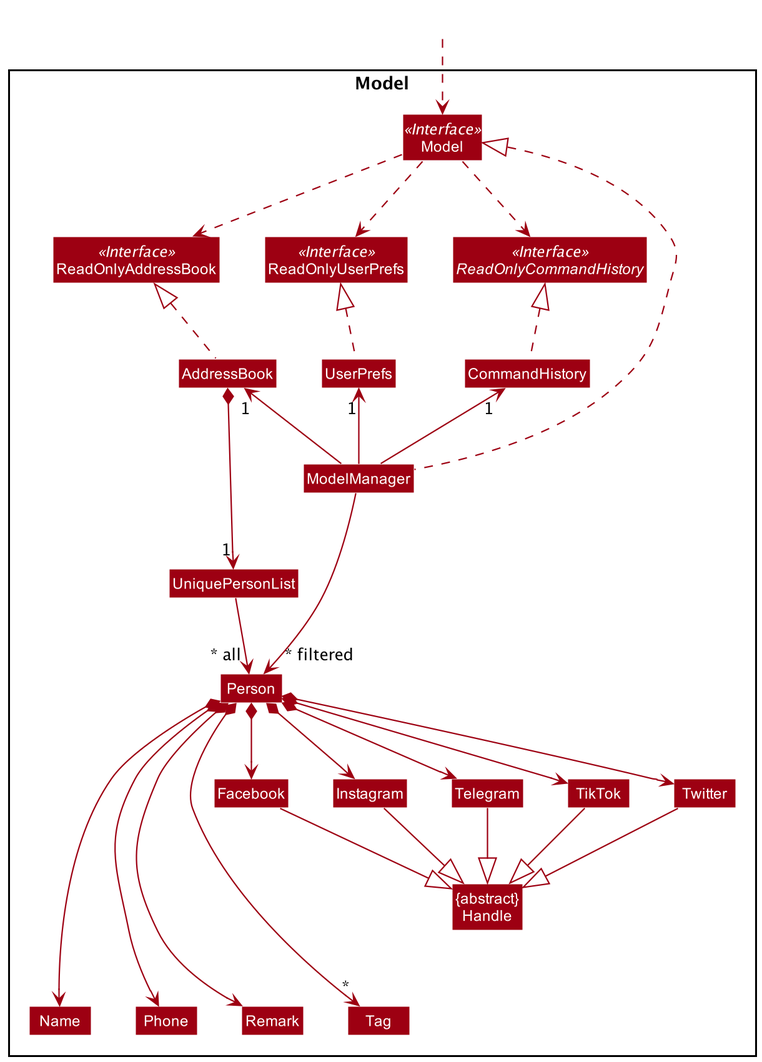
stanley-1/tp keeps this PlantUML diagram as docs/images/ModelClassDiagram.png. Above is the earlier version. The source it was exported from:
```plantuml
@startuml
!include style.puml
skinparam arrowThickness 1.1
skinparam arrowColor MODEL_COLOR
skinparam classBackgroundColor MODEL_COLOR

Package Model <<Rectangle>>{
Interface ReadOnlyAddressBook <<Interface>>
Interface ReadOnlyUserPrefs <<Interface>>
Interface ReadOnlyCommandHistory <<Interface>>
Interface Model <<Interface>>
Class AddressBook
Class ReadOnlyAddressBook
Class CommandHistory
Class Model
Class ModelManager
Class UserPrefs
Class ReadOnlyUserPrefs

Class "{abstract}\nHandle" as Handle
Class UniquePersonList
Class Person
Class Name
Class Phone
Class Remark
Class Tag
Class Facebook
Class Instagram
Class Telegram
Class TikTok
Class Twitter
}

Class HiddenOutside #FFFFFF
HiddenOutside ..> Model

Model .d.> ReadOnlyAddressBook
Model .d.> ReadOnlyUserPrefs
Model .d.> ReadOnlyCommandHistory
ReadOnlyAddressBook -[hidden]r> ReadOnlyUserPrefs
ReadOnlyUserPrefs -[hidden]r> ReadOnlyCommandHistory

AddressBook .u.|> ReadOnlyAddressBook
UserPrefs .u.|> ReadOnlyUserPrefs
CommandHistory .u.|> ReadOnlyCommandHistory

ModelManager -u-> "1" AddressBook
ModelManager -u-> "1" UserPrefs
ModelManager -u-> "1" CommandHistory

ModelManager ....u|> Model
ModelManager --->"~* filtered" Person

AddressBook *--> "1" UniquePersonList
UniquePersonList --r> "~* all" Person

Person *----> Name
Person *----> Phone
Person *----> "*" Tag
Person *----> Remark

Person *--> Facebook
Person *--> Instagram
Person *--> Telegram
Person *--> TikTok
Person *-->Twitter

Facebook -d-|> Handle
Instagram -d-|> Handle
Telegram -d-|> Handle
TikTok -d-|> Handle
Twitter -d-|> Handle

@enduml
```
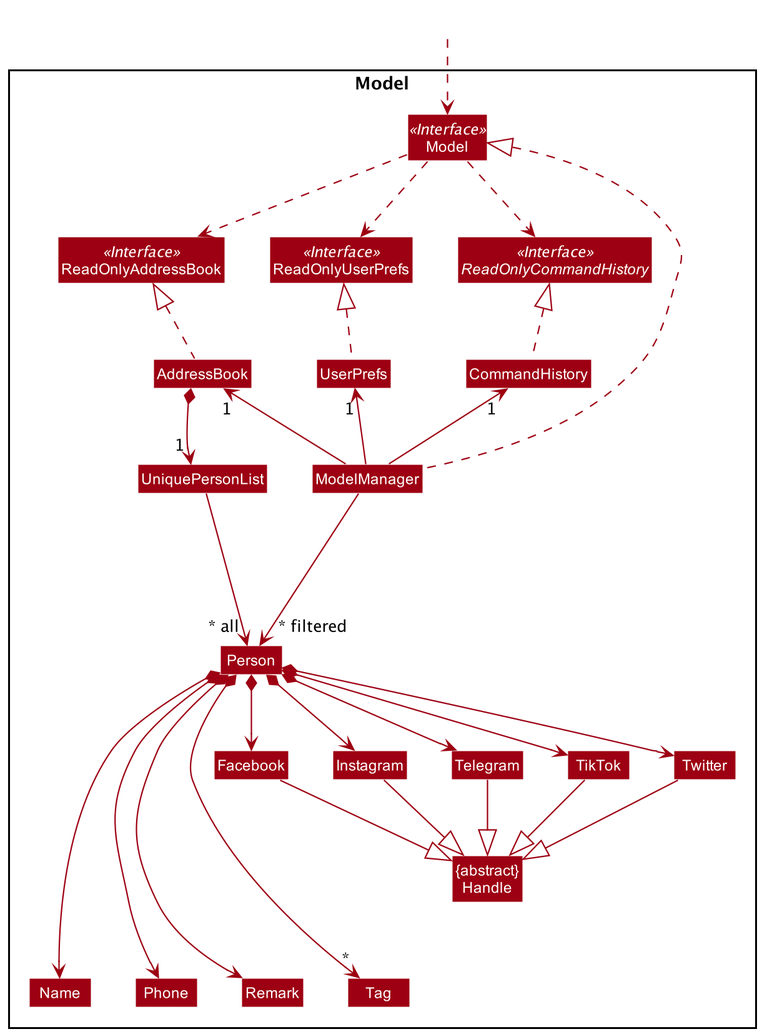
Later version of the same file.

Commit message:
Small fix to the current diagram and file organisation

The edit, as a diff of the source:
```diff
@@ -52,7 +52,8 @@
 ModelManager --->"~* filtered" Person
 
 AddressBook *--> "1" UniquePersonList
-UniquePersonList --r> "~* all" Person
+UniquePersonList -r> "~* all" Person
+UniquePersonList -[hidden]-> AddressBook
 
 Person *----> Name
 Person *----> Phone
```
